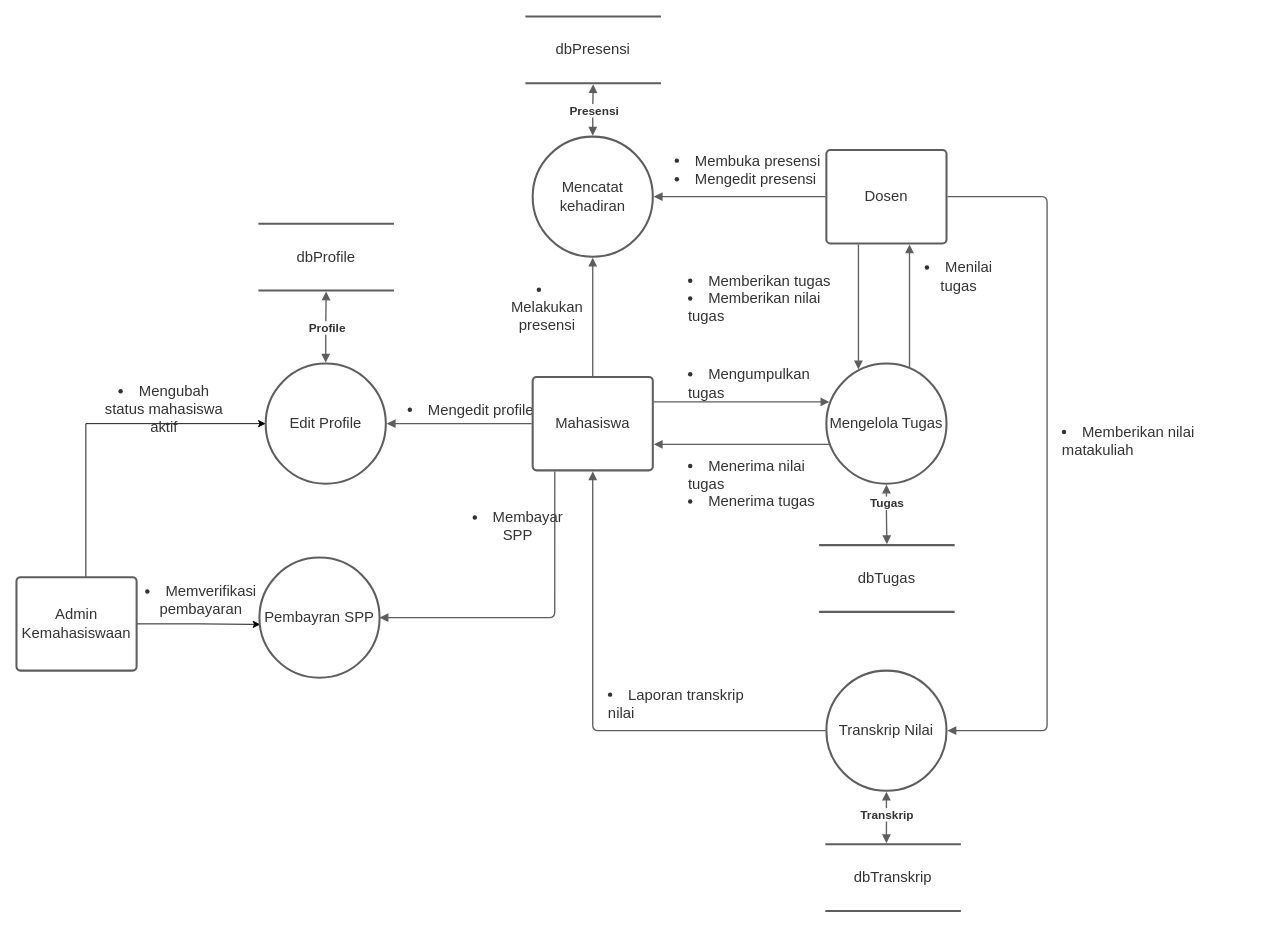
Above: page "DFD LV0" (1 of 8) of Untitled Diagram.drawio in Aryanda04/File-common (draw.io), before the change. Source tidied: cells renumbered, new cells numbered last; positions are measured from the earlier drawing's top-left corner, leaving out a move shared by most shapes. Both pictures are drawn from the tidied source at 89%, with x=0, y=0 at pixel (16, 16).
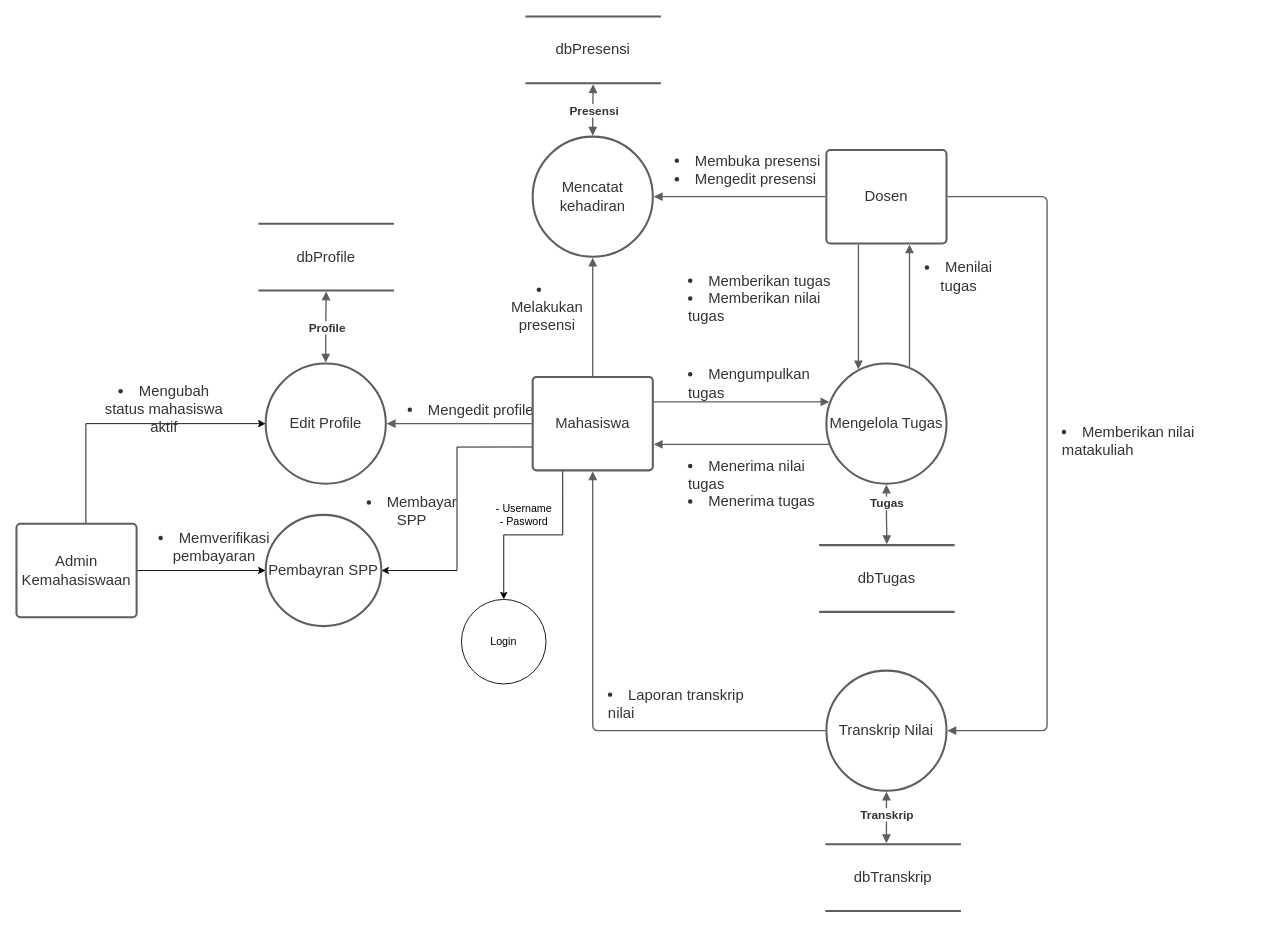
Above is the later version.

Unchanged cells that the change refers to:
```xml
<mxCell id="12" value="Mahasiswa" style="html=1;overflow=block;blockSpacing=1;whiteSpace=wrap;whiteSpace=wrap;fontSize=16.7;fontColor=#333333;spacing=0;strokeColor=#5e5e5e;strokeOpacity=100;rounded=1;absoluteArcSize=1;arcSize=9;strokeWidth=2.3;" parent="1" vertex="1">
  <mxGeometry x="580" y="405" width="135" height="105" as="geometry" />
</mxCell>
```

What changed in the source:
```diff
@@
+    <mxCell id="42" style="edgeStyle=orthogonalEdgeStyle;rounded=0;jettySize=auto;html=1;exitX=0;exitY=0.75;exitDx=0;exitDy=0;entryX=1;entryY=0.5;entryDx=0;entryDy=0;" parent="1" edge="1" source="12" target="41">
+      <mxGeometry relative="1" as="geometry" />
+    </mxCell>
+    <mxCell id="46" style="edgeStyle=orthogonalEdgeStyle;rounded=0;jettySize=auto;html=1;exitX=0.25;exitY=1;exitDx=0;exitDy=0;entryX=0.5;entryY=0;entryDx=0;entryDy=0;" parent="1" edge="1" source="12" target="47">
+      <mxGeometry relative="1" as="geometry" />
+    </mxCell>
@@
-    <mxCell id="39" style="edgeStyle=orthogonalEdgeStyle;rounded=0;jettySize=auto;html=1;entryX=0.007;entryY=0.556;entryDx=0;entryDy=0;entryPerimeter=0;startArrow=none;startFill=0;endArrow=classic;endFill=1;" parent="1" edge="1" source="40" target="41">
+    <mxCell id="39" style="edgeStyle=orthogonalEdgeStyle;rounded=0;jettySize=auto;html=1;" parent="1" edge="1" source="40" target="41">
       <mxGeometry relative="1" as="geometry" />
     </mxCell>
     <mxCell id="40" value="Admin Kemahasiswaan" style="html=1;overflow=block;blockSpacing=1;whiteSpace=wrap;whiteSpace=wrap;fontSize=16.7;fontColor=#333333;spacing=0;strokeColor=#5e5e5e;strokeOpacity=100;rounded=1;absoluteArcSize=1;arcSize=9;strokeWidth=2.3;" parent="1" vertex="1">
-      <mxGeometry y="630" width="135" height="105" as="geometry" />
+      <mxGeometry y="570" width="135" height="105" as="geometry" />
     </mxCell>
     <mxCell id="41" value="Pembayran SPP" style="html=1;overflow=block;blockSpacing=1;whiteSpace=wrap;ellipse;whiteSpace=wrap;fontSize=16.7;fontColor=#333333;spacing=0;strokeColor=#5e5e5e;strokeOpacity=100;rounded=1;absoluteArcSize=1;arcSize=9;strokeWidth=2.3;" parent="1" vertex="1">
-      <mxGeometry x="273" y="608" width="135" height="135" as="geometry" />
+      <mxGeometry x="280" y="560" width="130" height="125" as="geometry" />
     </mxCell>
-    <mxCell id="42" style="html=1;jettySize=18;whiteSpace=wrap;fontSize=13;strokeColor=#5E5E5E;strokeWidth=1.5;rounded=1;arcSize=12;edgeStyle=orthogonalEdgeStyle;startArrow=none;endArrow=block;endFill=1;exitX=0.184;exitY=1.011;exitPerimeter=0;entryX=1;entryY=0.5;entryDx=0;entryDy=0;" parent="1" edge="1" source="12" target="41">
-      <mxGeometry relative="1" as="geometry">
-        <Array as="points">
-          <mxPoint x="605" y="676" />
-        </Array>
-      </mxGeometry>
-    </mxCell>
     <mxCell id="43" value="&lt;div align=&quot;center&quot;&gt;&lt;ul style=&quot;margin: 0px ; padding-left: 10px ; list-style-position: inside ; list-style-type: disc&quot;&gt;&lt;li style=&quot;color: rgb(51 , 51 , 51) ; font-size: 16.7px&quot;&gt;&lt;span style=&quot;margin-left: 0px ; margin-top: -2px&quot;&gt;&lt;span style=&quot;font-size: 16.7px ; color: #333333&quot;&gt;Membayar SPP&lt;br&gt;&lt;/span&gt;&lt;/span&gt;&lt;/li&gt;&lt;/ul&gt;&lt;/div&gt;" style="text;whiteSpace=wrap;html=1;align=center;" parent="1" vertex="1">
-      <mxGeometry x="489" y="547" width="139" height="30" as="geometry" />
+      <mxGeometry x="370" y="530" width="139" height="30" as="geometry" />
     </mxCell>
@@
     <mxCell id="45" value="&lt;div align=&quot;center&quot;&gt;&lt;ul style=&quot;margin: 0px ; padding-left: 10px ; list-style-position: inside ; list-style-type: disc&quot;&gt;&lt;li style=&quot;color: rgb(51 , 51 , 51) ; font-size: 16.7px&quot;&gt;&lt;span style=&quot;margin-left: 0px ; margin-top: -2px&quot;&gt;&lt;span style=&quot;font-size: 16.7px ; color: #333333&quot;&gt;Memverifikasi pembayaran&lt;br&gt;&lt;/span&gt;&lt;/span&gt;&lt;/li&gt;&lt;/ul&gt;&lt;/div&gt;" style="text;whiteSpace=wrap;html=1;align=center;" parent="1" vertex="1">
-      <mxGeometry x="125" y="630" width="155" height="30" as="geometry" />
+      <mxGeometry x="140" y="570" width="155" height="30" as="geometry" />
     </mxCell>
+    <mxCell id="47" value="Login" style="ellipse;whiteSpace=wrap;html=1;" parent="1" vertex="1">
+      <mxGeometry x="500" y="655" width="95" height="95" as="geometry" />
+    </mxCell>
+    <mxCell id="48" value="&lt;div&gt;- Username&lt;/div&gt;&lt;div&gt;- Pasword&lt;br&gt;&lt;/div&gt;" style="text;html=1;align=center;verticalAlign=middle;strokeColor=none;fillColor=none;" parent="1" vertex="1">
+      <mxGeometry x="530" y="545" width="80" height="30" as="geometry" />
+    </mxCell>
```
